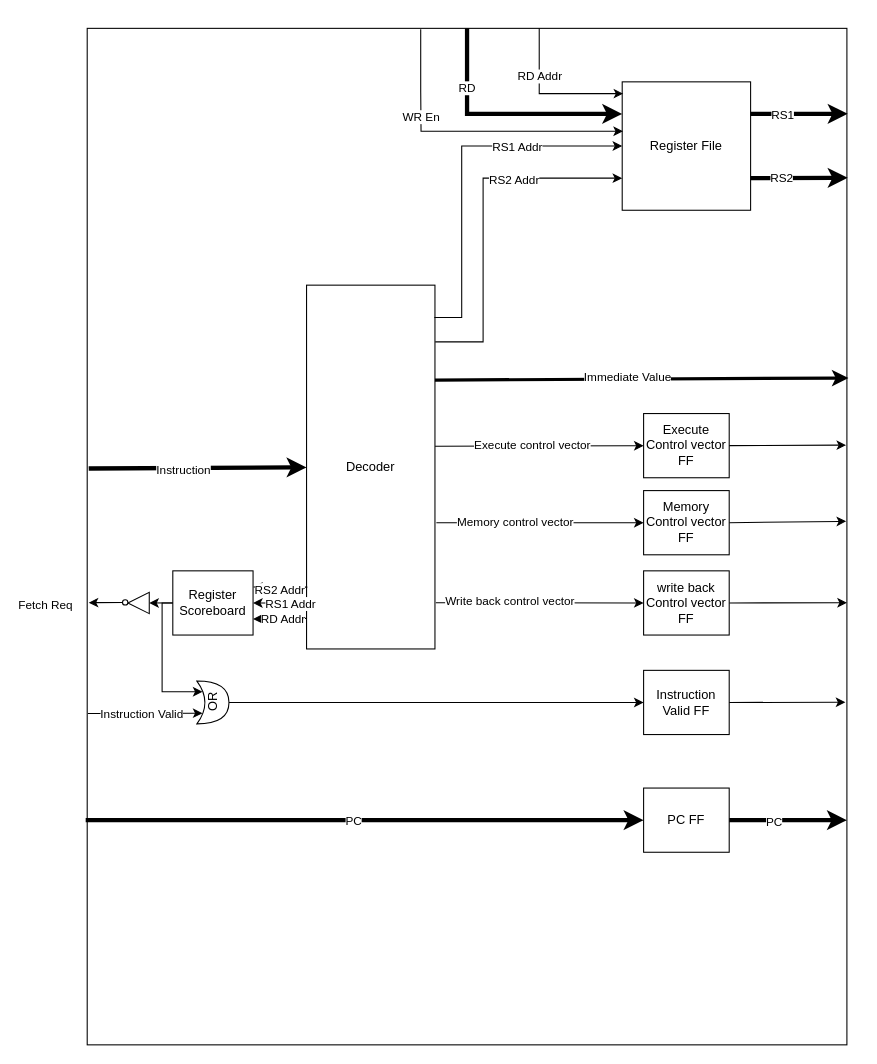
bittnert/icebreaker keeps this draw.io diagram as page "Decode stage" (3 of 6) of cpu/doc/block diagrams/pipeline stages.drawio. Above is the earlier version. Source tidied: cells renumbered, new cells numbered last; positions are measured from the earlier drawing's top-left corner, leaving out a move shared by most shapes. Both pictures are drawn from the tidied source at 107%, with x=0, y=0 at pixel (87, 28).
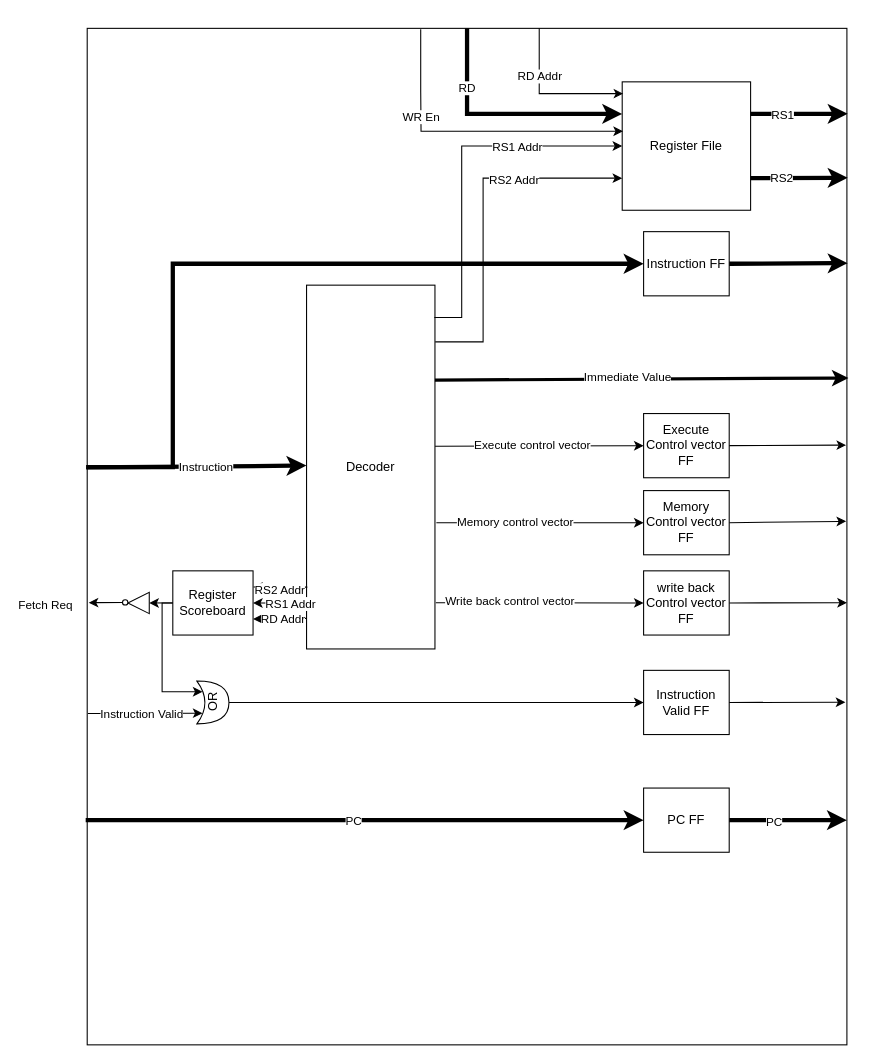
The same diagram, later.

The change refers to these unchanged cells:
```xml
<mxCell id="2" style="rounded=0;whiteSpace=wrap;html=1;" parent="1" vertex="1">
  <mxGeometry width="710" height="950" as="geometry" />
</mxCell>
<mxCell id="3" value="Decoder" style="rounded=0;whiteSpace=wrap;html=1;" parent="1" vertex="1">
  <mxGeometry x="205" y="240" width="120" height="340" as="geometry" />
</mxCell>
```

The edit, as a diff of the source:
```diff
@@
-    <mxCell id="13" style="endArrow=classic;html=1;rounded=0;exitX=0.002;exitY=0.433;exitDx=0;exitDy=0;exitPerimeter=0;strokeWidth=4;" parent="1" edge="1" source="2" target="3">
+    <mxCell id="13" style="endArrow=classic;html=1;rounded=0;exitX=-0.001;exitY=0.432;exitDx=0;exitDy=0;exitPerimeter=0;strokeWidth=4;entryX=-0.001;entryY=0.496;entryDx=0;entryDy=0;entryPerimeter=0;" parent="1" edge="1" source="2" target="3">
       <mxGeometry relative="1" as="geometry" />
     </mxCell>
     <mxCell id="14" value="Instruction" style="edgeLabel;html=1;align=center;verticalAlign=middle;" parent="13" vertex="1">
-      <mxGeometry x="-0.14" y="-2" relative="1" as="geometry" />
+      <mxGeometry x="-0.14" y="-2" relative="1" as="geometry">
+        <mxPoint x="23" y="-2" as="offset" />
+      </mxGeometry>
     </mxCell>
@@
+    <mxCell id="60" value="Instruction FF" style="rounded=0;whiteSpace=wrap;html=1;" parent="1" vertex="1">
+      <mxGeometry x="520" y="190" width="80" height="60" as="geometry" />
+    </mxCell>
+    <mxCell id="61" style="endArrow=classic;html=1;rounded=0;entryX=0;entryY=0.5;entryDx=0;entryDy=0;edgeStyle=orthogonalEdgeStyle;strokeWidth=4;" parent="1" edge="1" target="60">
+      <mxGeometry relative="1" as="geometry">
+        <mxPoint y="410" as="sourcePoint" />
+        <Array as="points">
+          <mxPoint x="-1" y="410" />
+          <mxPoint x="80" y="410" />
+          <mxPoint x="80" y="220" />
+        </Array>
+      </mxGeometry>
+    </mxCell>
+    <mxCell id="62" style="endArrow=classic;html=1;rounded=0;exitX=1;exitY=0.5;exitDx=0;exitDy=0;entryX=1.001;entryY=0.231;entryDx=0;entryDy=0;entryPerimeter=0;strokeWidth=4;" parent="1" edge="1" source="60" target="2">
+      <mxGeometry relative="1" as="geometry" />
+    </mxCell>
```
